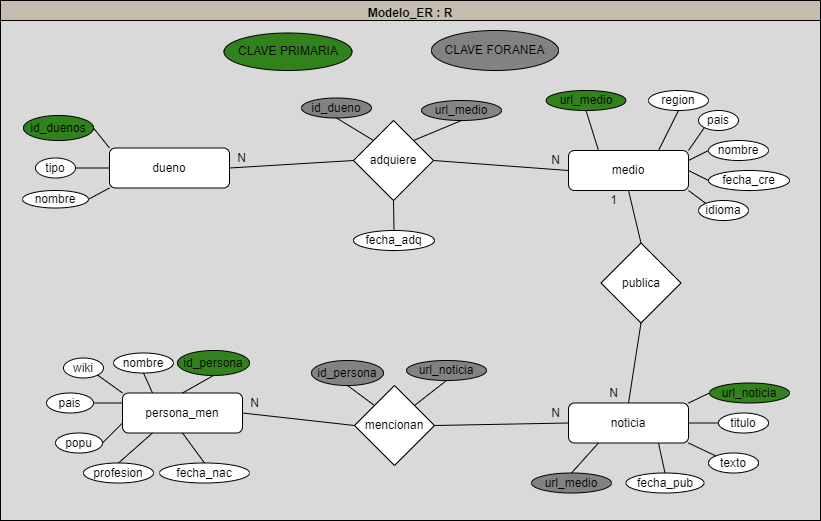
Before: modelo_ER.png, a diagram exported from draw.io (DieggoAn/Proyecto-INFO133-Region-III). Source tidied: cells renumbered, new cells last; positions are measured from the earlier drawing's top-left corner, leaving out a move shared by most shapes.
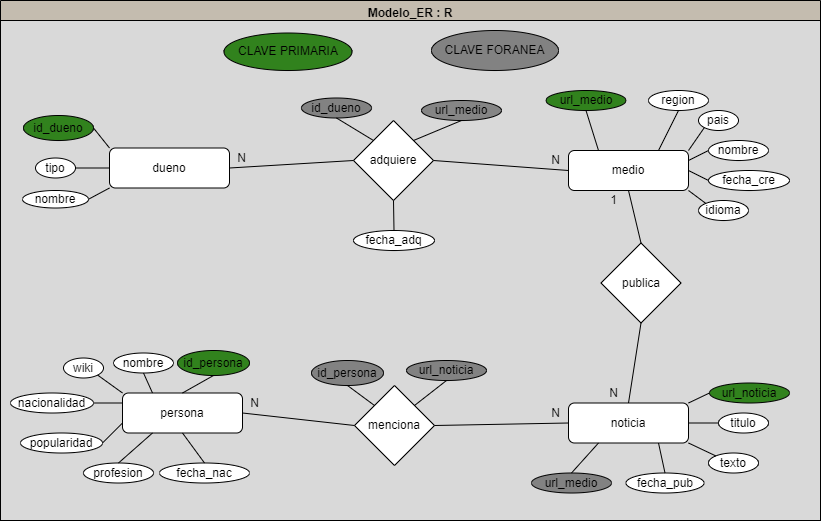
Above is the later version.

The edit, as a diff of the source:
```diff
@@ -8,7 +8,7 @@
     <mxCell id="3" style="rounded=0;whiteSpace=wrap;html=1;fillColor=#D9D9D9;" parent="2" vertex="1">
       <mxGeometry y="20" width="820" height="500" as="geometry" />
     </mxCell>
-    <mxCell id="4" value="id_duenos" style="ellipse;whiteSpace=wrap;html=1;fillColor=#31821D;" parent="2" vertex="1">
+    <mxCell id="4" value="id_dueno" style="ellipse;whiteSpace=wrap;html=1;fillColor=#31821D;" parent="2" vertex="1">
       <mxGeometry x="23" y="115" width="70" height="25" as="geometry" />
     </mxCell>
     <mxCell id="5" value="url_medio" style="ellipse;whiteSpace=wrap;html=1;fillColor=#31821D;" parent="2" vertex="1">
@@ -164,10 +164,10 @@
     <mxCell id="55" value="url_noticia" style="ellipse;whiteSpace=wrap;html=1;fillColor=#828282;" parent="2" vertex="1">
       <mxGeometry x="406" y="360" width="80" height="20" as="geometry" />
     </mxCell>
-    <mxCell id="56" value="persona_men" style="rounded=1;whiteSpace=wrap;html=1;" parent="2" vertex="1">
+    <mxCell id="56" value="persona" style="rounded=1;whiteSpace=wrap;html=1;" parent="2" vertex="1">
       <mxGeometry x="122" y="392.5" width="120" height="40" as="geometry" />
     </mxCell>
-    <mxCell id="57" value="mencionan" style="rhombus;whiteSpace=wrap;html=1;" parent="2" vertex="1">
+    <mxCell id="57" value="menciona" style="rhombus;whiteSpace=wrap;html=1;" parent="2" vertex="1">
       <mxGeometry x="354" y="385" width="80" height="80" as="geometry" />
     </mxCell>
     <mxCell id="58" style="endArrow=none;html=1;exitX=0;exitY=0.5;exitDx=0;exitDy=0;entryX=1;entryY=0.5;entryDx=0;entryDy=0;" parent="2" edge="1" source="57" target="56">
@@ -185,11 +185,11 @@
     <mxCell id="62" style="endArrow=none;html=1;exitX=0.5;exitY=1;exitDx=0;exitDy=0;entryX=0.5;entryY=0;entryDx=0;entryDy=0;" parent="2" edge="1" source="56" target="53">
       <mxGeometry relative="1" as="geometry" />
     </mxCell>
-    <mxCell id="63" value="pais" style="ellipse;whiteSpace=wrap;html=1;" parent="2" vertex="1">
-      <mxGeometry x="46" y="392.5" width="47" height="20" as="geometry" />
+    <mxCell id="63" value="nacionalidad" style="ellipse;whiteSpace=wrap;html=1;" parent="2" vertex="1">
+      <mxGeometry x="10" y="392.5" width="83" height="20" as="geometry" />
     </mxCell>
-    <mxCell id="64" value="popu" style="ellipse;whiteSpace=wrap;html=1;" parent="2" vertex="1">
-      <mxGeometry x="55" y="432.5" width="47" height="20" as="geometry" />
+    <mxCell id="64" value="popularidad" style="ellipse;whiteSpace=wrap;html=1;" parent="2" vertex="1">
+      <mxGeometry x="20" y="432.5" width="82" height="20" as="geometry" />
     </mxCell>
     <mxCell id="65" style="endArrow=none;html=1;exitX=1;exitY=0.5;exitDx=0;exitDy=0;entryX=0;entryY=0.75;entryDx=0;entryDy=0;" parent="2" edge="1" source="64" target="56">
       <mxGeometry relative="1" as="geometry" />
```
